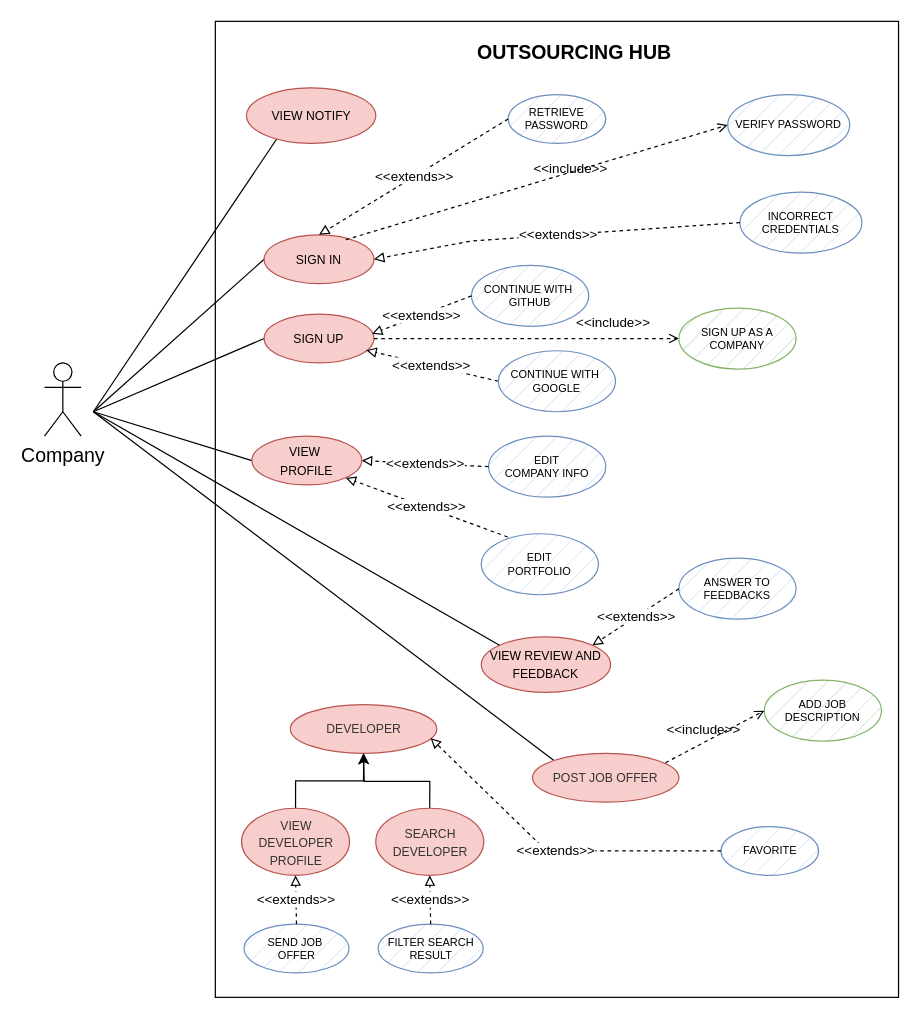
The draw.io diagram use_cases/use_cases_company.drawio in mattiadanisi00/ids, before the edit. Source tidied: cells renumbered, new cells numbered last; positions are measured from the earlier drawing's top-left corner, leaving out a move shared by most shapes. Both pictures are drawn from the tidied source at 122%, with x=0, y=0 at pixel (44, 21).
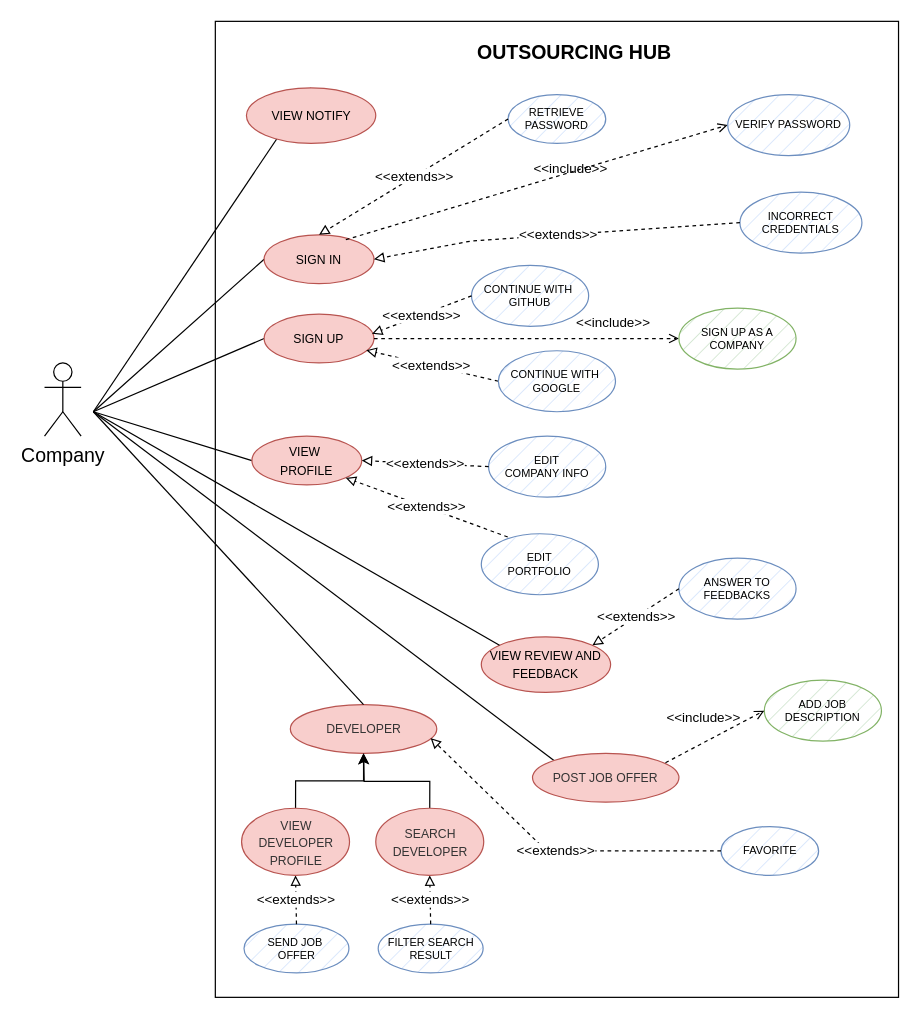
Above is the later version.

Unchanged cells that the change refers to:
```xml
<mxCell id="32" value="&lt;font size=&quot;1&quot; color=&quot;#333333&quot;&gt;POST JOB OFFER&lt;/font&gt;" style="ellipse;whiteSpace=wrap;html=1;fillColor=#f8cecc;strokeColor=#b85450;" parent="1" vertex="1">
  <mxGeometry x="400" y="600" width="120" height="40" as="geometry" />
</mxCell>
<mxCell id="33" value="&lt;font style=&quot;font-size: 9px;&quot;&gt;ADD JOB&lt;br&gt;DESCRIPTION&lt;br style=&quot;font-size: 9px;&quot;&gt;&lt;/font&gt;" style="ellipse;whiteSpace=wrap;html=1;fillColor=#d5e8d4;strokeColor=#82b366;fontSize=9;strokeWidth=1;fillStyle=hatch;" parent="1" vertex="1">
  <mxGeometry x="590" y="540" width="96" height="50" as="geometry" />
</mxCell>
<mxCell id="37" value="&lt;span style=&quot;caret-color: rgb(0, 0, 0); font-family: Helvetica; font-size: x-small; font-style: normal; font-variant-caps: normal; font-weight: 400; letter-spacing: normal; text-align: center; text-indent: 0px; text-transform: none; word-spacing: 0px; -webkit-text-stroke-width: 0px; text-decoration: none; float: none; display: inline !important;&quot;&gt;&lt;font color=&quot;#333333&quot;&gt;DEVELOPER&lt;/font&gt;&lt;/span&gt;" style="ellipse;whiteSpace=wrap;html=1;fillColor=#f8cecc;strokeColor=#b85450;" parent="1" vertex="1">
  <mxGeometry x="201.5" y="560" width="120" height="40" as="geometry" />
</mxCell>
```

Change to the diagram source:
```diff
@@
     <mxCell id="34" value="&amp;lt;&amp;lt;include&amp;gt;&amp;gt;" style="html=1;verticalAlign=bottom;labelBackgroundColor=none;endArrow=open;endFill=0;dashed=1;rounded=0;exitX=0.908;exitY=0.193;exitDx=0;exitDy=0;entryX=0;entryY=0.5;entryDx=0;entryDy=0;exitPerimeter=0;" parent="1" edge="1" source="32" target="33">
-      <mxGeometry x="-0.22" y="1" relative="1" as="geometry" />
+      <mxGeometry x="-0.13" y="10" relative="1" as="geometry" />
     </mxCell>
@@
+    <mxCell id="48" style="rounded=0;jettySize=auto;html=1;exitX=0.5;exitY=0;exitDx=0;exitDy=0;endArrow=none;endFill=0;" parent="1" edge="1" source="37">
+      <mxGeometry relative="1" as="geometry">
+        <mxPoint x="40" y="320" as="targetPoint" />
+      </mxGeometry>
+    </mxCell>
```
